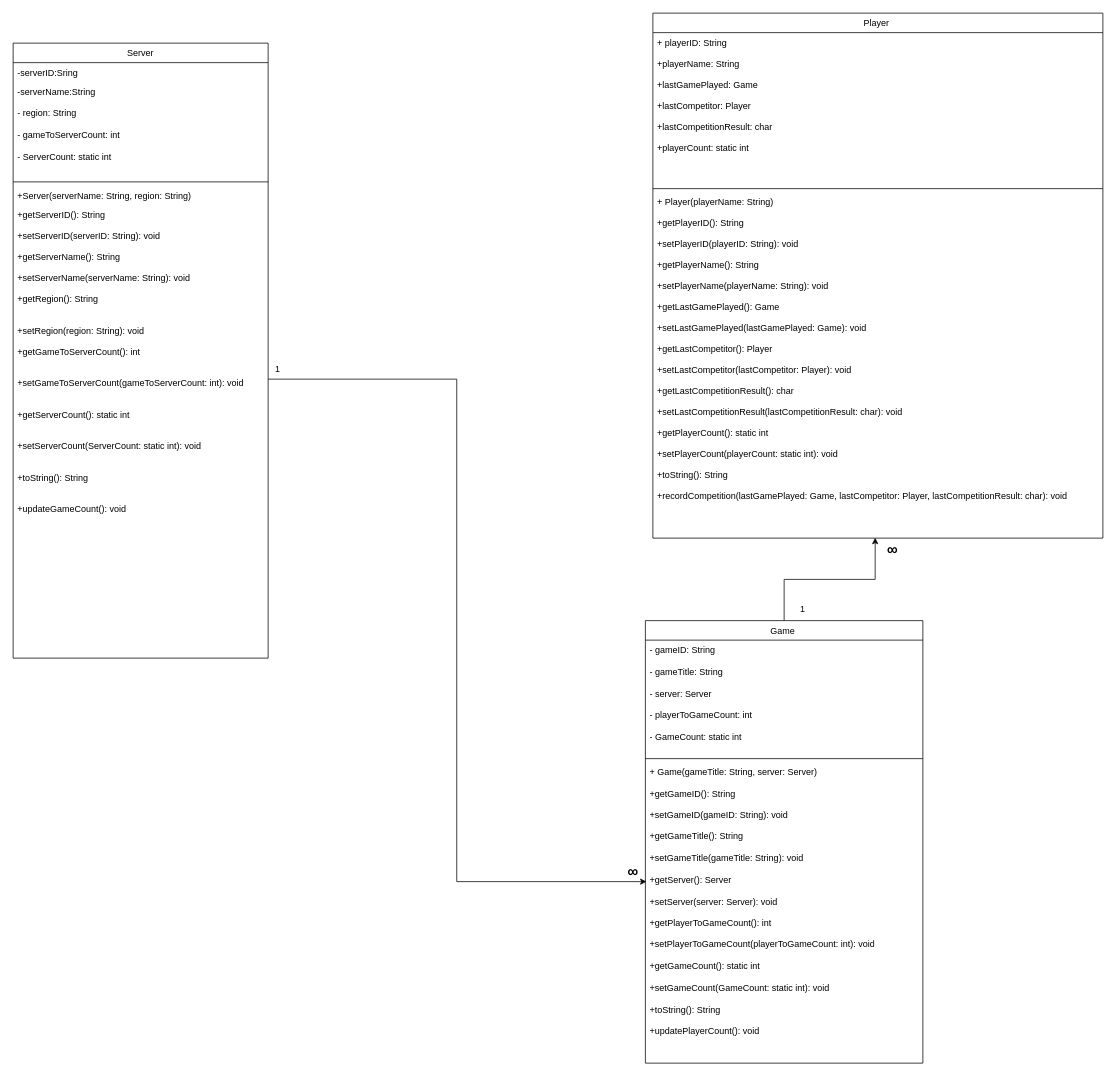
Nada-saad635/Game-Management-System keeps this draw.io diagram as Untitled Diagram.drawio. Above is the earlier version. Source tidied: cells renumbered, new cells numbered last; positions are measured from the earlier drawing's top-left corner, leaving out a move shared by most shapes. Both pictures are drawn from the tidied source at 75%, with x=0, y=0 at pixel (13, 13).
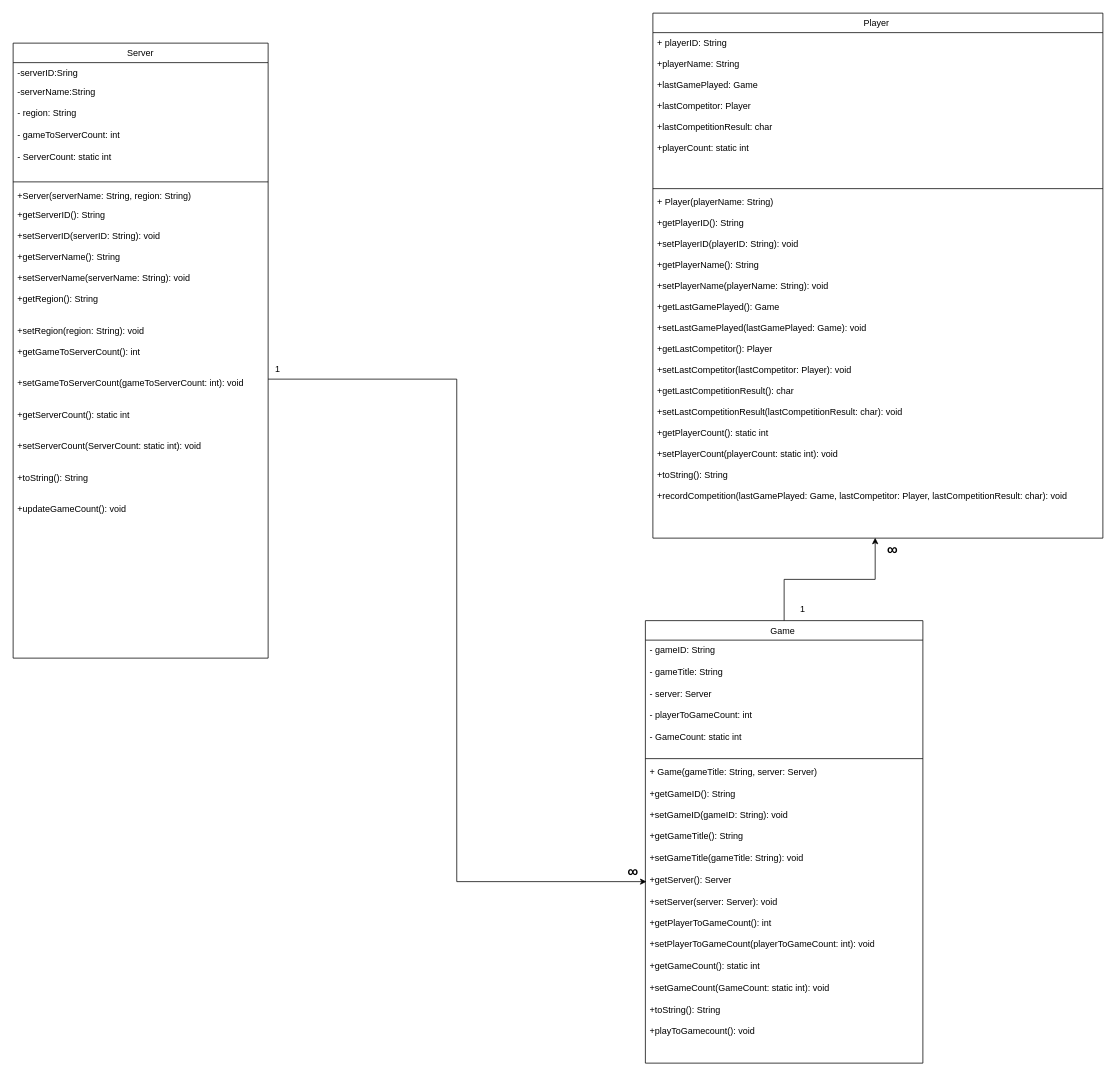
The same diagram, later.

The change refers to these unchanged cells:
```xml
<mxCell id="13" value="&lt;span style=&quot;font-weight: 400; text-wrap-mode: nowrap;&quot;&gt;Game&amp;nbsp;&lt;/span&gt;" style="swimlane;fontStyle=1;align=center;verticalAlign=top;horizontal=1;startSize=26;whiteSpace=wrap;html=1;" parent="1" vertex="1">
  <mxGeometry x="843" y="810" width="370" height="590" as="geometry" />
</mxCell>
```

What changed in the source:
```diff
@@
-    <mxCell id="16" value="+ Game(gameTitle: String, server: Server)&amp;nbsp;&lt;div&gt;&lt;br&gt;+getGameID(): String&lt;/div&gt;&lt;div&gt;&lt;br&gt;+setGameID(gameID: String): void&lt;/div&gt;&lt;div&gt;&lt;br&gt;+getGameTitle(): String&lt;/div&gt;&lt;div&gt;&lt;br&gt;+setGameTitle(gameTitle: String): void&lt;/div&gt;&lt;div&gt;&lt;br&gt;+getServer(): Server&lt;/div&gt;&lt;div&gt;&lt;br&gt;+setServer(server: Server): void&lt;/div&gt;&lt;div&gt;&lt;br&gt;+getPlayerToGameCount(): int&lt;/div&gt;&lt;div&gt;&lt;br&gt;+setPlayerToGameCount(playerToGameCount: int): void&lt;/div&gt;&lt;div&gt;&lt;br&gt;+getGameCount(): static int&lt;/div&gt;&lt;div&gt;&lt;br&gt;+setGameCount(GameCount: static int): void&lt;/div&gt;&lt;div&gt;&lt;br&gt;+toString(): String&lt;/div&gt;&lt;div&gt;&lt;br&gt;+updatePlayerCount(): void&lt;/div&gt;&lt;div&gt;&lt;br&gt;&lt;/div&gt;" style="text;strokeColor=none;fillColor=none;align=left;verticalAlign=top;spacingLeft=4;spacingRight=4;overflow=hidden;points=[[0,0.5],[1,0.5]];portConstraint=eastwest;whiteSpace=wrap;html=1;" parent="13" vertex="1">
+    <mxCell id="16" value="+ Game(gameTitle: String, server: Server)&amp;nbsp;&lt;div&gt;&lt;br&gt;+getGameID(): String&lt;/div&gt;&lt;div&gt;&lt;br&gt;+setGameID(gameID: String): void&lt;/div&gt;&lt;div&gt;&lt;br&gt;+getGameTitle(): String&lt;/div&gt;&lt;div&gt;&lt;br&gt;+setGameTitle(gameTitle: String): void&lt;/div&gt;&lt;div&gt;&lt;br&gt;+getServer(): Server&lt;/div&gt;&lt;div&gt;&lt;br&gt;+setServer(server: Server): void&lt;/div&gt;&lt;div&gt;&lt;br&gt;+getPlayerToGameCount(): int&lt;/div&gt;&lt;div&gt;&lt;br&gt;+setPlayerToGameCount(playerToGameCount: int): void&lt;/div&gt;&lt;div&gt;&lt;br&gt;+getGameCount(): static int&lt;/div&gt;&lt;div&gt;&lt;br&gt;+setGameCount(GameCount: static int): void&lt;/div&gt;&lt;div&gt;&lt;br&gt;+toString(): String&lt;/div&gt;&lt;div&gt;&lt;br&gt;+playToGamecount(): void&lt;/div&gt;&lt;div&gt;&lt;br&gt;&lt;/div&gt;" style="text;strokeColor=none;fillColor=none;align=left;verticalAlign=top;spacingLeft=4;spacingRight=4;overflow=hidden;points=[[0,0.5],[1,0.5]];portConstraint=eastwest;whiteSpace=wrap;html=1;" parent="13" vertex="1">
       <mxGeometry y="188" width="370" height="402" as="geometry" />
     </mxCell>
```
